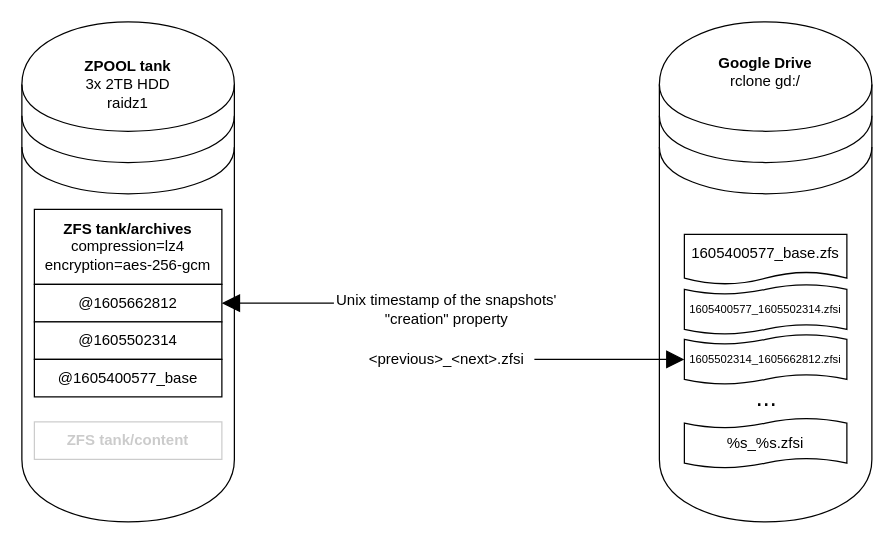
Earlier version of the draw.io diagram page "Internal Arch" (2 of 5) of docs/storage_architecture.drawio (jonmon6691/storage_architecture). Source tidied: cells renumbered, new cells numbered last; positions are measured from the earlier drawing's top-left corner, leaving out a move shared by most shapes. Both pictures are drawn from the tidied source at 125%, with x=0, y=0 at pixel (21, 21).
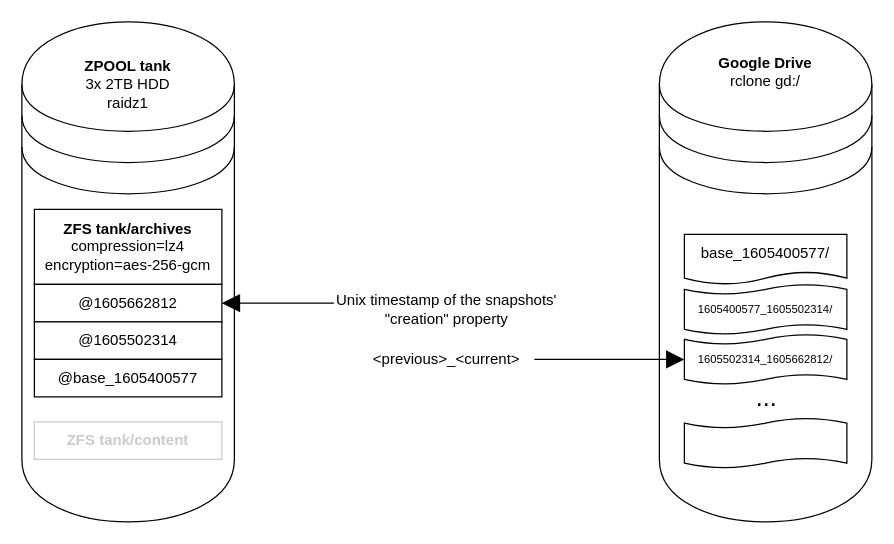
After the change.

Change to the diagram source:
```diff
@@
 <mxGraphModel>
   <root>
     <mxCell id="0" />
     <mxCell id="1" parent="0" />
     <mxCell id="2" style="shape=datastore;whiteSpace=wrap;html=1;verticalAlign=top;horizontal=1;align=center;" parent="1" vertex="1">
       <mxGeometry x="510" width="170" height="400" as="geometry" />
     </mxCell>
     <mxCell id="3" style="shape=datastore;whiteSpace=wrap;html=1;verticalAlign=top;horizontal=1;align=center;" parent="1" vertex="1">
       <mxGeometry width="170" height="400" as="geometry" />
     </mxCell>
     <mxCell id="4" value="&lt;b&gt;ZFS tank/archives&lt;br&gt;&lt;/b&gt;compression=lz4&lt;br&gt;encryption=aes-256-gcm" style="rounded=0;whiteSpace=wrap;html=1;" parent="1" vertex="1">
       <mxGeometry x="10" y="150" width="150" height="60" as="geometry" />
     </mxCell>
     <mxCell id="5" value="&lt;b&gt;ZFS tank/content&lt;/b&gt;&lt;br&gt;" style="rounded=0;whiteSpace=wrap;html=1;opacity=20;textOpacity=20;" parent="1" vertex="1">
       <mxGeometry x="10" y="320" width="150" height="30" as="geometry" />
     </mxCell>
     <mxCell id="6" value="&lt;b&gt;ZPOOL tank&lt;br&gt;&lt;/b&gt;3x 2TB HDD&lt;br&gt;raidz1" style="rounded=0;whiteSpace=wrap;html=1;align=center;fillColor=none;strokeColor=none;" parent="1" vertex="1">
       <mxGeometry x="20" y="20" width="130" height="60" as="geometry" />
     </mxCell>
     <mxCell id="7" value="&lt;span&gt;@1605662812&lt;/span&gt;" style="rounded=0;whiteSpace=wrap;html=1;fontStyle=0;" parent="1" vertex="1">
       <mxGeometry x="10" y="210" width="150" height="30" as="geometry" />
     </mxCell>
     <mxCell id="8" value="&lt;span&gt;@1605502314&lt;/span&gt;" style="rounded=0;whiteSpace=wrap;html=1;fontStyle=0;" parent="1" vertex="1">
       <mxGeometry x="10" y="240" width="150" height="30" as="geometry" />
     </mxCell>
     <mxCell id="9" value="&lt;b&gt;Google Drive&lt;br&gt;&lt;/b&gt;rclone gd:/" style="rounded=0;whiteSpace=wrap;html=1;align=center;fillColor=none;strokeColor=none;" parent="1" vertex="1">
       <mxGeometry x="530" y="10" width="130" height="60" as="geometry" />
     </mxCell>
-    <mxCell id="10" value="1605400577_base.zfs" style="shape=document;whiteSpace=wrap;html=1;boundedLbl=1;fillColor=none;align=center;size=0.25;" parent="1" vertex="1">
+    <mxCell id="10" value="base_1605400577/" style="shape=document;whiteSpace=wrap;html=1;boundedLbl=1;fillColor=none;align=center;size=0.25;" parent="1" vertex="1">
       <mxGeometry x="530" y="170" width="130" height="40" as="geometry" />
     </mxCell>
-    <mxCell id="11" value="&lt;span&gt;@1605400577_base&lt;/span&gt;" style="rounded=0;whiteSpace=wrap;html=1;fontStyle=0;" parent="1" vertex="1">
+    <mxCell id="11" value="&lt;span&gt;@base_1605400577&lt;/span&gt;" style="rounded=0;whiteSpace=wrap;html=1;fontStyle=0;" parent="1" vertex="1">
       <mxGeometry x="10" y="270" width="150" height="30" as="geometry" />
     </mxCell>
-    <mxCell id="12" value="1605400577_1605502314.zfsi" style="shape=tape;whiteSpace=wrap;html=1;fillColor=none;align=center;size=0.2;fontSize=9;" parent="1" vertex="1">
+    <mxCell id="12" value="1605400577_1605502314/" style="shape=tape;whiteSpace=wrap;html=1;fillColor=none;align=center;size=0.2;fontSize=9;" parent="1" vertex="1">
       <mxGeometry x="530" y="210" width="130" height="40" as="geometry" />
     </mxCell>
-    <mxCell id="13" value="1605502314_1605662812.zfsi" style="shape=tape;whiteSpace=wrap;html=1;fillColor=none;align=center;size=0.2;fontSize=9;" parent="1" vertex="1">
+    <mxCell id="13" value="1605502314_1605662812/" style="shape=tape;whiteSpace=wrap;html=1;fillColor=none;align=center;size=0.2;fontSize=9;" parent="1" vertex="1">
       <mxGeometry x="530" y="250" width="130" height="40" as="geometry" />
     </mxCell>
-    <mxCell id="14" value="%s_%s.zfsi" style="shape=tape;whiteSpace=wrap;html=1;fillColor=none;align=center;size=0.2;" parent="1" vertex="1">
+    <mxCell id="14" style="shape=tape;whiteSpace=wrap;html=1;fillColor=none;align=center;size=0.2;" parent="1" vertex="1">
       <mxGeometry x="530" y="317" width="130" height="40" as="geometry" />
     </mxCell>
     <mxCell id="15" value="..." style="text;html=1;strokeColor=none;fillColor=none;align=center;verticalAlign=middle;whiteSpace=wrap;rounded=0;fontSize=20;" parent="1" vertex="1">
       <mxGeometry x="576" y="290" width="40" height="20" as="geometry" />
     </mxCell>
     <mxCell id="16" style="edgeStyle=orthogonalEdgeStyle;rounded=0;jettySize=auto;html=1;exitX=-0.002;exitY=0.375;exitDx=0;exitDy=0;entryX=1;entryY=0.5;entryDx=0;entryDy=0;startSize=12;endArrow=block;endFill=1;endSize=12;fillColor=#ffffff;fontSize=12;exitPerimeter=0;" parent="1" edge="1" source="17" target="7">
       <mxGeometry relative="1" as="geometry" />
     </mxCell>
     <mxCell id="17" value="Unix timestamp of the snapshots' &quot;creation&quot; property" style="text;html=1;strokeColor=none;fillColor=none;align=center;verticalAlign=middle;whiteSpace=wrap;rounded=0;labelBackgroundColor=#FFFFFF;fontSize=12;opacity=50;" parent="1" vertex="1">
       <mxGeometry x="250" y="210" width="180" height="40" as="geometry" />
     </mxCell>
     <mxCell id="18" style="edgeStyle=orthogonalEdgeStyle;rounded=0;jettySize=auto;html=1;exitX=1;exitY=0.5;exitDx=0;exitDy=0;entryX=0;entryY=0.5;entryDx=0;entryDy=0;entryPerimeter=0;startSize=12;endArrow=block;endFill=1;endSize=12;fillColor=#ffffff;fontSize=12;" parent="1" edge="1" source="19" target="13">
       <mxGeometry relative="1" as="geometry" />
     </mxCell>
-    <mxCell id="19" value="&amp;lt;previous&amp;gt;_&amp;lt;next&amp;gt;.zfsi" style="text;html=1;strokeColor=none;fillColor=none;align=center;verticalAlign=middle;whiteSpace=wrap;rounded=0;labelBackgroundColor=#FFFFFF;fontSize=12;opacity=50;" parent="1" vertex="1">
+    <mxCell id="19" value="&amp;lt;previous&amp;gt;_&amp;lt;current&amp;gt;" style="text;html=1;strokeColor=none;fillColor=none;align=center;verticalAlign=middle;whiteSpace=wrap;rounded=0;labelBackgroundColor=#FFFFFF;fontSize=12;opacity=50;" parent="1" vertex="1">
       <mxGeometry x="270" y="250" width="140" height="40" as="geometry" />
     </mxCell>
   </root>
 </mxGraphModel>
```
